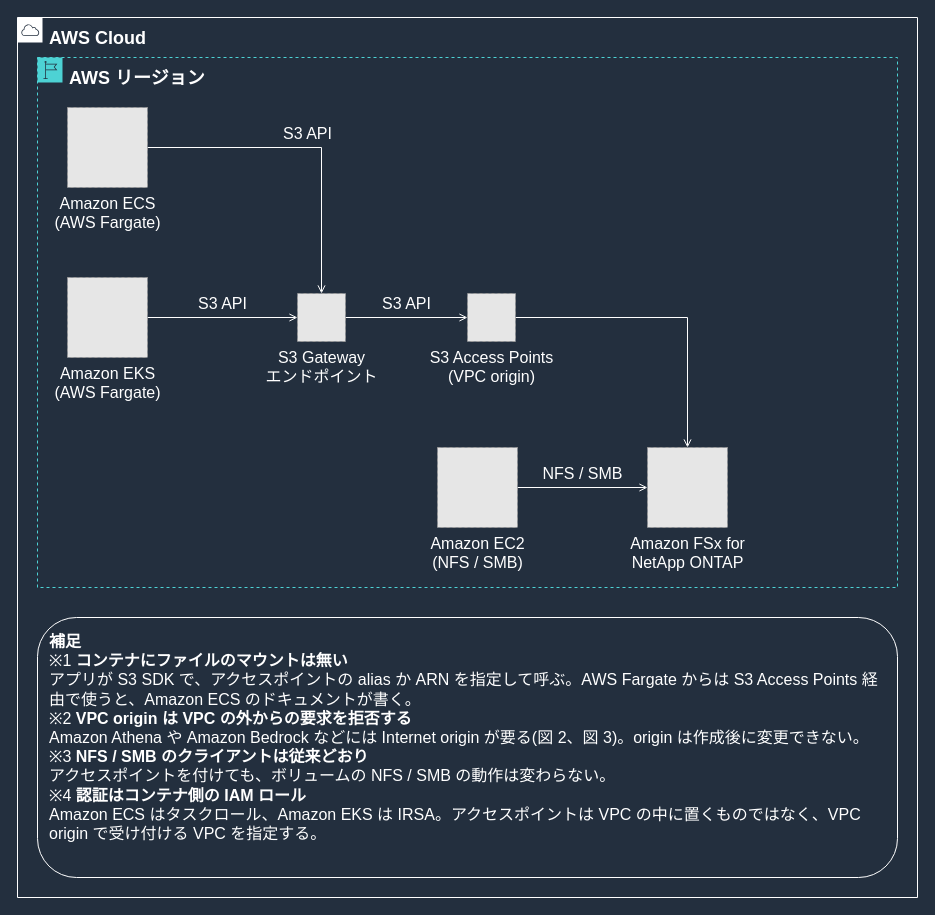
Yoshiki0705/FSx-for-ONTAP-Container-Datastore-Patterns keeps this draw.io diagram as docs/_assets/diagrams/s3ap-container-overview-dark.drawio. Above is the earlier version. Source tidied: cells renumbered, new cells numbered last; positions are measured from the earlier drawing's top-left corner, leaving out a move shared by most shapes. Both pictures are drawn from the tidied source at 100%, with x=0, y=0 at pixel (17, 17). Pictures stored in the file or linked from it are replaced by grey dashed boxes.
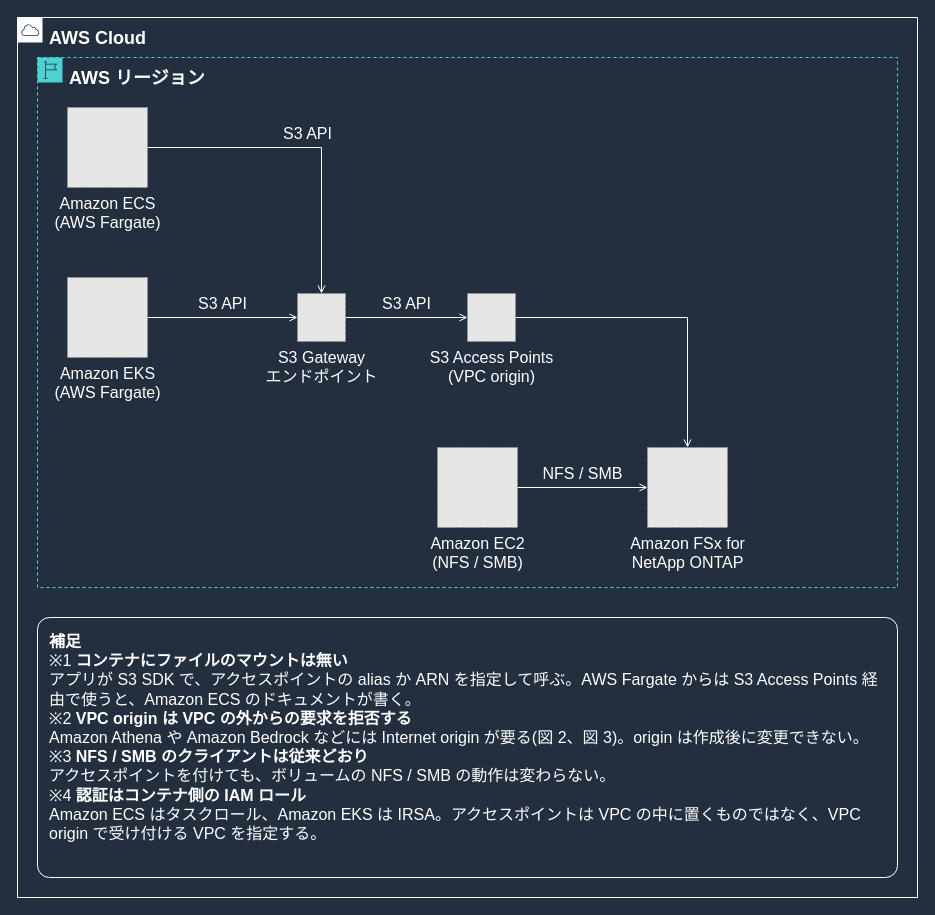
After the change.

The edit, as a diff of the source:
```diff
@@
 <mxGraphModel background="#232F3E">
   <root>
     <mxCell id="0" />
     <mxCell id="1" parent="0" />
     <mxCell id="2" value="S3 API" style="edgeStyle=orthogonalEdgeStyle;rounded=0;html=1;endArrow=open;endFill=0;strokeColor=#FFFFFF;strokeWidth=1;fontSize=16;fontColor=#FFFFFF;labelBackgroundColor=#232F3E;exitX=1.0;exitY=0.5;exitDx=0;exitDy=0;entryX=0.5;entryY=0.0;entryDx=0;entryDy=0;" parent="1" edge="1" source="10" target="12">
       <mxGeometry relative="1" as="geometry">
         <mxPoint y="-14" as="offset" />
       </mxGeometry>
     </mxCell>
     <mxCell id="3" value="S3 API" style="edgeStyle=orthogonalEdgeStyle;rounded=0;html=1;endArrow=open;endFill=0;strokeColor=#FFFFFF;strokeWidth=1;fontSize=16;fontColor=#FFFFFF;labelBackgroundColor=#232F3E;exitX=1.0;exitY=0.5;exitDx=0;exitDy=0;entryX=0.0;entryY=0.5;entryDx=0;entryDy=0;" parent="1" edge="1" source="11" target="12">
       <mxGeometry relative="1" as="geometry">
         <mxPoint y="-14" as="offset" />
       </mxGeometry>
     </mxCell>
     <mxCell id="4" value="S3 API" style="edgeStyle=orthogonalEdgeStyle;rounded=0;html=1;endArrow=open;endFill=0;strokeColor=#FFFFFF;strokeWidth=1;fontSize=16;fontColor=#FFFFFF;labelBackgroundColor=#232F3E;exitX=1.0;exitY=0.5;exitDx=0;exitDy=0;entryX=0.0;entryY=0.5;entryDx=0;entryDy=0;" parent="1" edge="1" source="12" target="13">
       <mxGeometry relative="1" as="geometry">
         <mxPoint y="-14" as="offset" />
       </mxGeometry>
     </mxCell>
     <mxCell id="5" style="edgeStyle=orthogonalEdgeStyle;rounded=0;html=1;endArrow=open;endFill=0;strokeColor=#FFFFFF;strokeWidth=1;fontSize=16;fontColor=#FFFFFF;labelBackgroundColor=#232F3E;exitX=1.0;exitY=0.5;exitDx=0;exitDy=0;entryX=0.5;entryY=0.0;entryDx=0;entryDy=0;" parent="1" edge="1" source="13" target="14">
       <mxGeometry relative="1" as="geometry" />
     </mxCell>
     <mxCell id="6" value="NFS / SMB" style="edgeStyle=orthogonalEdgeStyle;rounded=0;html=1;endArrow=open;endFill=0;strokeColor=#FFFFFF;strokeWidth=1;fontSize=16;fontColor=#FFFFFF;labelBackgroundColor=#232F3E;exitX=1.0;exitY=0.5;exitDx=0;exitDy=0;entryX=0.0;entryY=0.5;entryDx=0;entryDy=0;" parent="1" edge="1" source="15" target="14">
       <mxGeometry relative="1" as="geometry">
         <mxPoint y="-14" as="offset" />
       </mxGeometry>
     </mxCell>
     <mxCell id="7" value="AWS Cloud" style="gradientColor=none;html=1;whiteSpace=wrap;fontSize=18;fontStyle=1;fontColor=#FFFFFF;shape=mxgraph.aws4.group;grIcon=mxgraph.aws4.group_aws_cloud;strokeColor=#FFFFFF;fillColor=none;verticalAlign=top;align=left;spacingLeft=30;spacingTop=4;dashed=0;labelBackgroundColor=#232F3E;" parent="1" vertex="1">
       <mxGeometry width="900" height="880" as="geometry" />
     </mxCell>
     <mxCell id="8" value="AWS リージョン" style="gradientColor=none;html=1;whiteSpace=wrap;fontSize=18;fontStyle=1;fontColor=#FFFFFF;shape=mxgraph.aws4.group;grIcon=mxgraph.aws4.group_region;strokeColor=#4DD2D4;fillColor=none;verticalAlign=top;align=left;spacingLeft=30;spacingTop=4;dashed=1;labelBackgroundColor=#232F3E;" parent="1" vertex="1">
       <mxGeometry x="20" y="40" width="860" height="530" as="geometry" />
     </mxCell>
-    <mxCell id="9" value="&lt;b&gt;補足&lt;/b&gt;&lt;br&gt;※1 &lt;b&gt;コンテナにファイルのマウントは無い&lt;/b&gt;&lt;br&gt;アプリが S3 SDK で、アクセスポイントの alias か ARN を指定して呼ぶ。AWS Fargate からは S3 Access Points 経由で使うと、Amazon ECS のドキュメントが書く。&lt;br&gt;※2 &lt;b&gt;VPC origin は VPC の外からの要求を拒否する&lt;/b&gt;&lt;br&gt;Amazon Athena や Amazon Bedrock などには Internet origin が要る(図 2、図 3)。origin は作成後に変更できない。&lt;br&gt;※3 &lt;b&gt;NFS / SMB のクライアントは従来どおり&lt;/b&gt;&lt;br&gt;アクセスポイントを付けても、ボリュームの NFS / SMB の動作は変わらない。&lt;br&gt;※4 &lt;b&gt;認証はコンテナ側の IAM ロール&lt;/b&gt;&lt;br&gt;Amazon ECS はタスクロール、Amazon EKS は IRSA。アクセスポイントは VPC の中に置くものではなく、VPC origin で受け付ける VPC を指定する。" style="rounded=1;whiteSpace=wrap;html=1;strokeColor=#FFFFFF;fillColor=none;fontColor=#FFFFFF;fontSize=16;verticalAlign=top;align=left;spacingLeft=10;spacingRight=10;spacingTop=8;" parent="1" vertex="1">
+    <mxCell id="9" value="&lt;b&gt;補足&lt;/b&gt;&lt;br&gt;※1 &lt;b&gt;コンテナにファイルのマウントは無い&lt;/b&gt;&lt;br&gt;アプリが S3 SDK で、アクセスポイントの alias か ARN を指定して呼ぶ。AWS Fargate からは S3 Access Points 経由で使うと、Amazon ECS のドキュメントが書く。&lt;br&gt;※2 &lt;b&gt;VPC origin は VPC の外からの要求を拒否する&lt;/b&gt;&lt;br&gt;Amazon Athena や Amazon Bedrock などには Internet origin が要る(図 2、図 3)。origin は作成後に変更できない。&lt;br&gt;※3 &lt;b&gt;NFS / SMB のクライアントは従来どおり&lt;/b&gt;&lt;br&gt;アクセスポイントを付けても、ボリュームの NFS / SMB の動作は変わらない。&lt;br&gt;※4 &lt;b&gt;認証はコンテナ側の IAM ロール&lt;/b&gt;&lt;br&gt;Amazon ECS はタスクロール、Amazon EKS は IRSA。アクセスポイントは VPC の中に置くものではなく、VPC origin で受け付ける VPC を指定する。" style="rounded=1;absoluteArcSize=1;arcSize=24;whiteSpace=wrap;html=1;strokeColor=#FFFFFF;fillColor=none;fontColor=#FFFFFF;fontSize=16;verticalAlign=top;align=left;spacingLeft=10;spacingRight=10;spacingTop=8;" parent="1" vertex="1">
       <mxGeometry x="20" y="600" width="860" height="260" as="geometry" />
     </mxCell>
     <mxCell id="10" value="Amazon ECS&lt;br&gt;(AWS Fargate)" style="fillColor=#E6E6E6;strokeColor=#999999;dashed=1;html=1;verticalLabelPosition=bottom;verticalAlign=top;labelPosition=center;align=center;fontSize=16;fontColor=#FFFFFF;" parent="1" vertex="1">
       <mxGeometry x="50" y="90" width="80" height="80" as="geometry" />
     </mxCell>
     <mxCell id="11" value="Amazon EKS&lt;br&gt;(AWS Fargate)" style="fillColor=#E6E6E6;strokeColor=#999999;dashed=1;html=1;verticalLabelPosition=bottom;verticalAlign=top;labelPosition=center;align=center;fontSize=16;fontColor=#FFFFFF;" parent="1" vertex="1">
       <mxGeometry x="50" y="260" width="80" height="80" as="geometry" />
     </mxCell>
     <mxCell id="12" value="S3 Gateway&lt;br&gt;エンドポイント" style="fillColor=#E6E6E6;strokeColor=#999999;dashed=1;html=1;verticalLabelPosition=bottom;verticalAlign=top;labelPosition=center;align=center;fontSize=16;fontColor=#FFFFFF;" parent="1" vertex="1">
       <mxGeometry x="280" y="276" width="48" height="48" as="geometry" />
     </mxCell>
     <mxCell id="13" value="S3 Access Points&lt;br&gt;(VPC origin)" style="fillColor=#E6E6E6;strokeColor=#999999;dashed=1;html=1;verticalLabelPosition=bottom;verticalAlign=top;labelPosition=center;align=center;fontSize=16;fontColor=#FFFFFF;" parent="1" vertex="1">
       <mxGeometry x="450" y="276" width="48" height="48" as="geometry" />
     </mxCell>
     <mxCell id="14" value="Amazon FSx for&lt;br&gt;NetApp ONTAP" style="fillColor=#E6E6E6;strokeColor=#999999;dashed=1;html=1;verticalLabelPosition=bottom;verticalAlign=top;labelPosition=center;align=center;fontSize=16;fontColor=#FFFFFF;" parent="1" vertex="1">
       <mxGeometry x="630" y="430" width="80" height="80" as="geometry" />
     </mxCell>
     <mxCell id="15" value="Amazon EC2&lt;br&gt;(NFS / SMB)" style="fillColor=#E6E6E6;strokeColor=#999999;dashed=1;html=1;verticalLabelPosition=bottom;verticalAlign=top;labelPosition=center;align=center;fontSize=16;fontColor=#FFFFFF;" parent="1" vertex="1">
       <mxGeometry x="420" y="430" width="80" height="80" as="geometry" />
     </mxCell>
   </root>
 </mxGraphModel>
```
